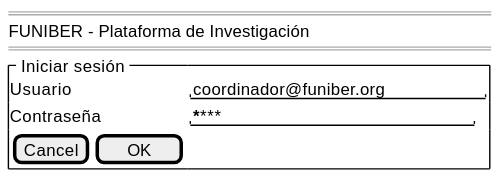
31Diego/25-26-IdSw1-SdR keeps this PlantUML diagram as documents/casosDeUso/detalle/coordinador/00-autenticacion/iniciarSesion/prototipo/iniciarSesion-wireframe.svg. Above is the earlier version.
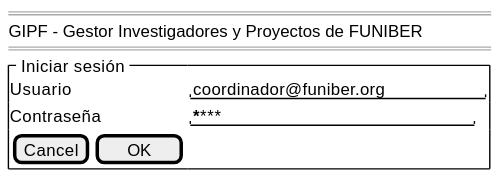
After the change.

What changed in the source:
```diff
@@ -1,7 +1,7 @@
 @startsalt iniciarSesion-wireframe
 {
     ====
-    FUNIBER - Plataforma de Investigación
+    GIPF - Gestor Investigadores y Proyectos de FUNIBER
     ====
     {^" Iniciar sesión "
         Usuario    | "coordinador@funiber.org   "
```
